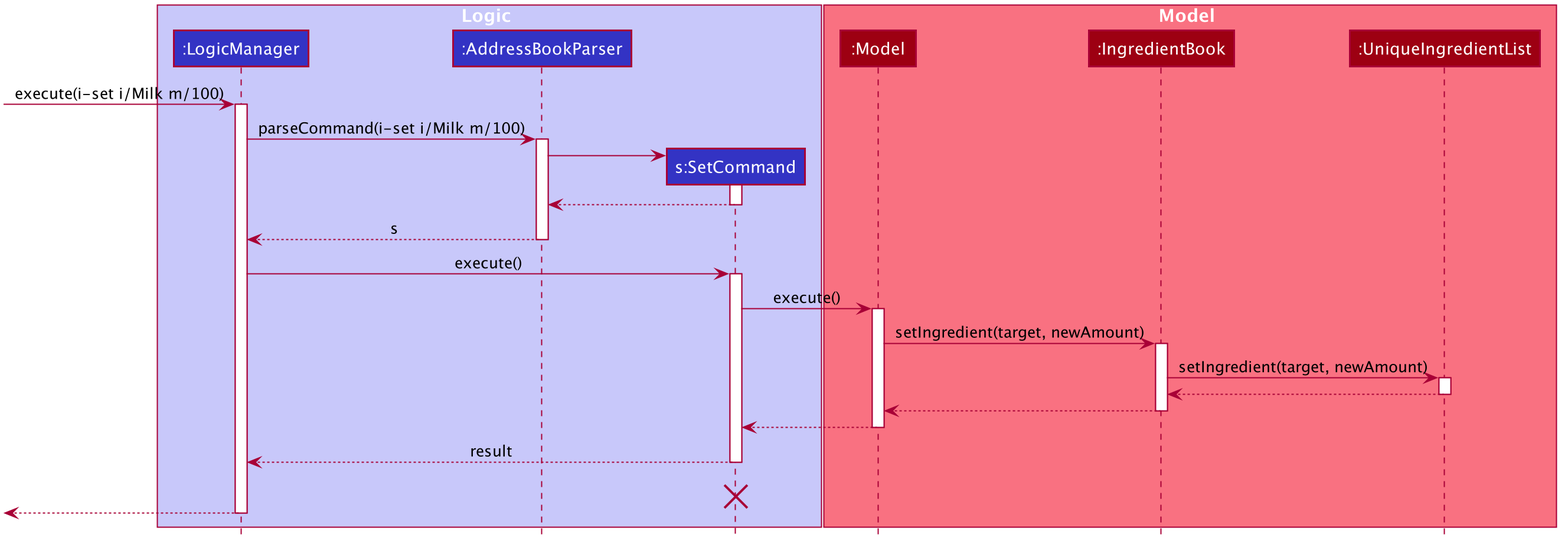
Earlier version of the PlantUML export docs/images/SetSequenceDiagram.png (nus-cs2103-AY2021S1/tp).
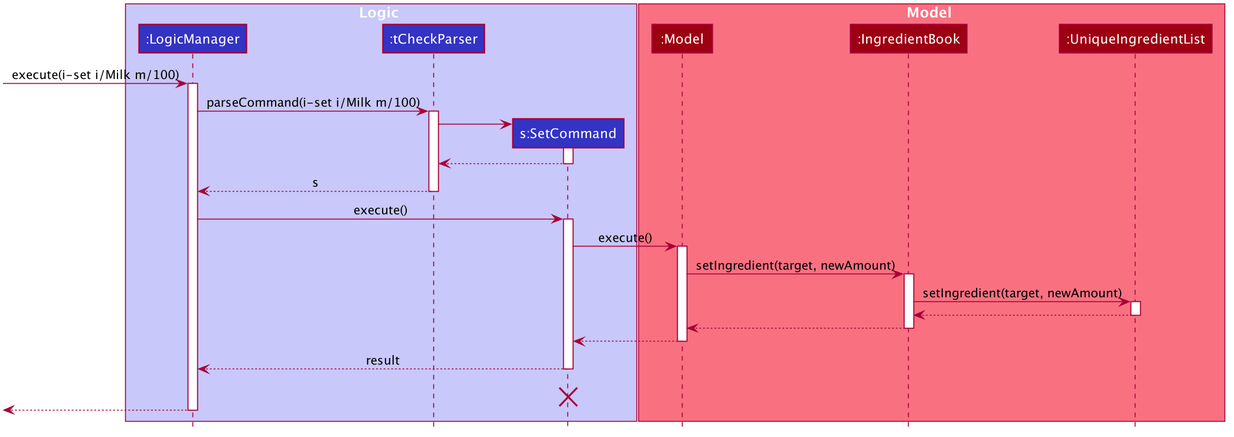
After the commit.

Diff of the diagram source:
```diff
@@ -50,7 +50,7 @@
 
 box Logic #C8C8FA
 participant ":LogicManager" as LogicManager #3333C4
-participant ":AddressBookParser" as AddressBookParser #3333C4
+participant ":tCheckParser" as tCheckParser #3333C4
 participant "s:SetCommand" as SetCommand #3333C4
 
 end box
@@ -64,18 +64,18 @@
 [-> LogicManager : execute(i-set i/Milk m/100)
 activate LogicManager
 
-LogicManager -> AddressBookParser : parseCommand(i-set i/Milk m/100)
-activate AddressBookParser
+LogicManager -> tCheckParser : parseCommand(i-set i/Milk m/100)
+activate tCheckParser
 
 create SetCommand
-AddressBookParser -> SetCommand
+tCheckParser -> SetCommand
 activate SetCommand
 
-SetCommand --> AddressBookParser
+SetCommand --> tCheckParser
 deactivate SetCommand
 
-AddressBookParser --> LogicManager : s
-deactivate AddressBookParser
+tCheckParser --> LogicManager : s
+deactivate tCheckParser
 
 LogicManager -> SetCommand : execute()
 activate SetCommand
```
